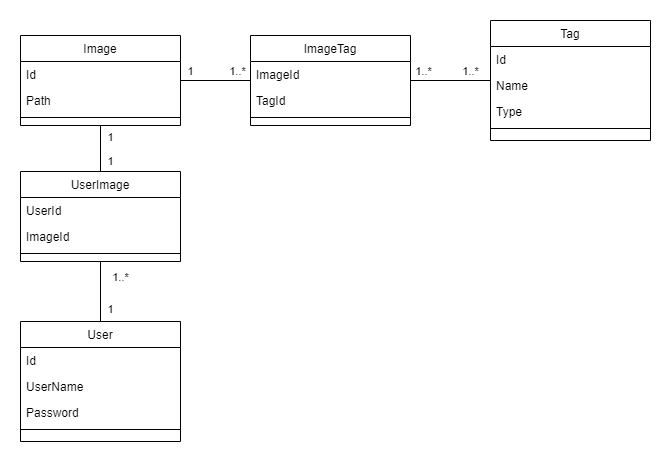
Earlier version of the draw.io export database/imageGalleryDiagram.drawio.png (Elias288/FullStack_imageGallery). Source tidied: cells renumbered, new cells last; positions are measured from the earlier drawing's top-left corner, leaving out a move shared by most shapes.
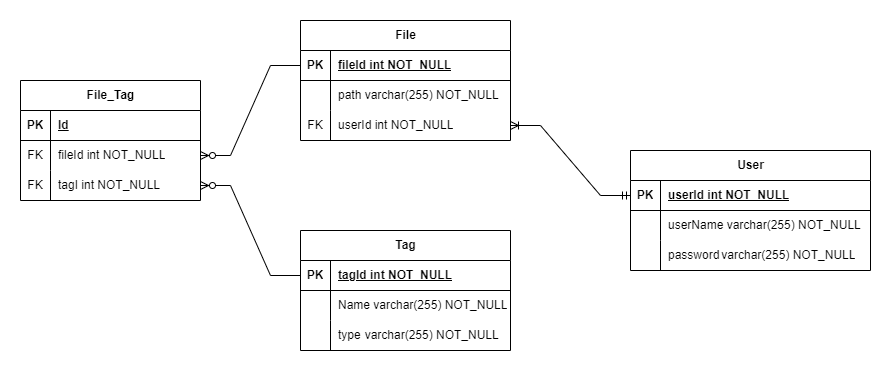
After the commit.

Commit message:
fix(Backend): UserId and relations diagram

The edit, as a diff of the source:
```diff
@@ -2,123 +2,134 @@
   <root>
     <mxCell id="0" />
     <mxCell id="1" parent="0" />
-    <mxCell id="2" value="Image" style="swimlane;fontStyle=0;align=center;verticalAlign=top;horizontal=1;startSize=26;rounded=0;shadow=0;strokeWidth=1;fillColor=default;fillStyle=solid;" parent="1" vertex="1">
-      <mxGeometry y="15" width="160" height="90" as="geometry" />
-    </mxCell>
-    <mxCell id="3" value="Id" style="text;align=left;verticalAlign=top;spacingLeft=4;spacingRight=4;overflow=hidden;" parent="2" vertex="1">
-      <mxGeometry y="26" width="160" height="26" as="geometry" />
-    </mxCell>
-    <mxCell id="4" value="Path" style="text;align=left;verticalAlign=top;spacingLeft=4;spacingRight=4;overflow=hidden;rounded=0;shadow=0;html=0;" parent="2" vertex="1">
-      <mxGeometry y="52" width="160" height="26" as="geometry" />
-    </mxCell>
-    <mxCell id="5" style="line;html=1;strokeWidth=1;align=left;verticalAlign=middle;spacingTop=-1;spacingLeft=3;spacingRight=3;labelPosition=right;" parent="2" vertex="1">
-      <mxGeometry y="78" width="160" height="8" as="geometry" />
-    </mxCell>
+    <mxCell id="36" value="File" style="shape=table;startSize=30;rowLines=0;fontStyle=1;align=center;html=1;" parent="1" vertex="1">
+      <mxGeometry x="290" y="-49" width="210" height="120" as="geometry" />
+    </mxCell>
+    <mxCell id="37" style="shape=tableRow;horizontal=0;startSize=0;swimlaneHead=0;swimlaneBody=0;fillColor=none;points=[[0,0.5],[1,0.5]];portConstraint=eastwest;top=0;left=0;right=0;bottom=1;" parent="36" vertex="1">
+      <mxGeometry y="30" width="210" height="30" as="geometry" />
+    </mxCell>
+    <mxCell id="38" value="PK" style="shape=partialRectangle;fillColor=none;top=0;left=0;bottom=0;right=0;fontStyle=1;overflow=hidden;whiteSpace=wrap;html=1;" parent="37" vertex="1">
+      <mxGeometry width="30" height="30" as="geometry" />
+    </mxCell>
+    <mxCell id="39" value="fileId int NOT_NULL" style="shape=partialRectangle;fillColor=none;top=0;left=0;bottom=0;right=0;align=left;spacingLeft=6;fontStyle=5;overflow=hidden;whiteSpace=wrap;html=1;" parent="37" vertex="1">
+      <mxGeometry x="30" width="180" height="30" as="geometry" />
+    </mxCell>
+    <mxCell id="40" style="shape=tableRow;horizontal=0;startSize=0;swimlaneHead=0;swimlaneBody=0;fillColor=none;top=0;left=0;right=0;bottom=0;" parent="36" vertex="1">
+      <mxGeometry y="60" width="210" height="30" as="geometry" />
+    </mxCell>
+    <mxCell id="41" style="shape=partialRectangle;fillColor=none;top=0;left=0;bottom=0;right=0;overflow=hidden;whiteSpace=wrap;html=1;" parent="40" vertex="1">
+      <mxGeometry width="30" height="30" as="geometry" />
+    </mxCell>
+    <mxCell id="42" value="path&lt;span style=&quot;white-space: pre;&quot;&gt;&#9;&lt;/span&gt;varchar(255) NOT_NULL" style="shape=partialRectangle;fillColor=none;top=0;left=0;bottom=0;right=0;align=left;spacingLeft=6;overflow=hidden;whiteSpace=wrap;html=1;" parent="40" vertex="1">
+      <mxGeometry x="30" width="180" height="30" as="geometry" />
+    </mxCell>
+    <mxCell id="43" style="shape=tableRow;horizontal=0;startSize=0;swimlaneHead=0;swimlaneBody=0;fillColor=none;points=[[0,0.5],[1,0.5]];portConstraint=eastwest;top=0;left=0;right=0;bottom=0;" parent="36" vertex="1">
+      <mxGeometry y="90" width="210" height="30" as="geometry" />
+    </mxCell>
+    <mxCell id="44" value="FK" style="shape=partialRectangle;fillColor=none;top=0;left=0;bottom=0;right=0;fontStyle=0;overflow=hidden;whiteSpace=wrap;html=1;" parent="43" vertex="1">
+      <mxGeometry width="30" height="30" as="geometry" />
+    </mxCell>
+    <mxCell id="45" value="userId int NOT_NULL" style="shape=partialRectangle;fillColor=none;top=0;left=0;bottom=0;right=0;align=left;spacingLeft=6;fontStyle=0;overflow=hidden;whiteSpace=wrap;html=1;" parent="43" vertex="1">
+      <mxGeometry x="30" width="180" height="30" as="geometry" />
+    </mxCell>
-    <mxCell id="6" value="User" style="swimlane;fontStyle=0;align=center;verticalAlign=top;horizontal=1;startSize=26;rounded=0;shadow=0;strokeWidth=1;" parent="1" vertex="1">
-      <mxGeometry y="301" width="160" height="120" as="geometry" />
+    <mxCell id="6" value="User" style="shape=table;startSize=30;rowLines=0;fontStyle=1;align=center;html=1;" parent="1" vertex="1">
+      <mxGeometry x="620" y="81" width="240" height="120" as="geometry" />
     </mxCell>
-    <mxCell id="7" value="Id" style="text;align=left;verticalAlign=top;spacingLeft=4;spacingRight=4;overflow=hidden;rounded=0;shadow=0;html=0;" parent="6" vertex="1">
-      <mxGeometry y="26" width="160" height="26" as="geometry" />
-    </mxCell>
-    <mxCell id="8" value="UserName" style="text;align=left;verticalAlign=top;spacingLeft=4;spacingRight=4;overflow=hidden;rounded=0;shadow=0;html=0;" parent="6" vertex="1">
-      <mxGeometry y="52" width="160" height="26" as="geometry" />
-    </mxCell>
-    <mxCell id="9" value="Password" style="text;align=left;verticalAlign=top;spacingLeft=4;spacingRight=4;overflow=hidden;fontStyle=0;" parent="6" vertex="1">
-      <mxGeometry y="78" width="160" height="26" as="geometry" />
-    </mxCell>
-    <mxCell id="10" style="line;html=1;strokeWidth=1;align=left;verticalAlign=middle;spacingTop=-1;spacingLeft=3;spacingRight=3;labelPosition=right;" parent="6" vertex="1">
-      <mxGeometry y="104" width="160" height="8" as="geometry" />
-    </mxCell>
+    <mxCell id="46" style="shape=tableRow;horizontal=0;startSize=0;swimlaneHead=0;swimlaneBody=0;fillColor=none;points=[[0,0.5],[1,0.5]];portConstraint=eastwest;top=0;left=0;right=0;bottom=1;" parent="6" vertex="1">
+      <mxGeometry y="30" width="240" height="30" as="geometry" />
+    </mxCell>
+    <mxCell id="47" value="PK" style="shape=partialRectangle;fillColor=none;top=0;left=0;bottom=0;right=0;fontStyle=1;overflow=hidden;whiteSpace=wrap;html=1;" parent="46" vertex="1">
+      <mxGeometry width="30" height="30" as="geometry" />
+    </mxCell>
+    <mxCell id="48" value="userId int NOT_NULL" style="shape=partialRectangle;fillColor=none;top=0;left=0;bottom=0;right=0;align=left;spacingLeft=6;fontStyle=5;overflow=hidden;whiteSpace=wrap;html=1;" parent="46" vertex="1">
+      <mxGeometry x="30" width="210" height="30" as="geometry" />
+    </mxCell>
+    <mxCell id="49" style="shape=tableRow;horizontal=0;startSize=0;swimlaneHead=0;swimlaneBody=0;fillColor=none;top=0;left=0;right=0;bottom=0;" parent="6" vertex="1">
+      <mxGeometry y="60" width="240" height="30" as="geometry" />
+    </mxCell>
+    <mxCell id="50" style="shape=partialRectangle;fillColor=none;top=0;left=0;bottom=0;right=0;overflow=hidden;whiteSpace=wrap;html=1;" parent="49" vertex="1">
+      <mxGeometry width="30" height="30" as="geometry" />
+    </mxCell>
+    <mxCell id="51" value="userName varchar(255) NOT_NULL" style="shape=partialRectangle;fillColor=none;top=0;left=0;bottom=0;right=0;align=left;spacingLeft=6;overflow=hidden;whiteSpace=wrap;html=1;" parent="49" vertex="1">
+      <mxGeometry x="30" width="210" height="30" as="geometry" />
+    </mxCell>
+    <mxCell id="52" style="shape=tableRow;horizontal=0;startSize=0;swimlaneHead=0;swimlaneBody=0;fillColor=none;top=0;left=0;right=0;bottom=0;" parent="6" vertex="1">
+      <mxGeometry y="90" width="240" height="30" as="geometry" />
+    </mxCell>
+    <mxCell id="53" style="shape=partialRectangle;fillColor=none;top=0;left=0;bottom=0;right=0;overflow=hidden;whiteSpace=wrap;html=1;" parent="52" vertex="1">
+      <mxGeometry width="30" height="30" as="geometry" />
+    </mxCell>
+    <mxCell id="54" value="password&lt;span style=&quot;white-space: pre;&quot;&gt;&#9;&lt;/span&gt;varchar(255) NOT_NULL" style="shape=partialRectangle;fillColor=none;top=0;left=0;bottom=0;right=0;align=left;spacingLeft=6;overflow=hidden;whiteSpace=wrap;html=1;" parent="52" vertex="1">
+      <mxGeometry x="30" width="210" height="30" as="geometry" />
+    </mxCell>
-    <mxCell id="11" value="Tag" style="swimlane;fontStyle=0;align=center;verticalAlign=top;horizontal=1;startSize=26;rounded=0;shadow=0;strokeWidth=1;" parent="1" vertex="1">
-      <mxGeometry x="470" width="160" height="120" as="geometry" />
+    <mxCell id="11" value="Tag" style="shape=table;startSize=30;rowLines=0;fontStyle=1;align=center;html=1;" parent="1" vertex="1">
+      <mxGeometry x="290" y="161" width="210" height="120" as="geometry" />
     </mxCell>
-    <mxCell id="12" value="Id" style="text;align=left;verticalAlign=top;spacingLeft=4;spacingRight=4;overflow=hidden;" parent="11" vertex="1">
-      <mxGeometry y="26" width="160" height="26" as="geometry" />
-    </mxCell>
-    <mxCell id="13" value="Name" style="text;align=left;verticalAlign=top;spacingLeft=4;spacingRight=4;overflow=hidden;rounded=0;shadow=0;html=0;" parent="11" vertex="1">
-      <mxGeometry y="52" width="160" height="26" as="geometry" />
-    </mxCell>
-    <mxCell id="14" value="Type" style="text;align=left;verticalAlign=top;spacingLeft=4;spacingRight=4;overflow=hidden;rounded=0;shadow=0;html=0;" parent="11" vertex="1">
-      <mxGeometry y="78" width="160" height="26" as="geometry" />
-    </mxCell>
-    <mxCell id="15" style="line;html=1;strokeWidth=1;align=left;verticalAlign=middle;spacingTop=-1;spacingLeft=3;spacingRight=3;labelPosition=right;" parent="11" vertex="1">
-      <mxGeometry y="104" width="160" height="8" as="geometry" />
-    </mxCell>
-    <mxCell id="16" value="ImageTag" style="swimlane;fontStyle=0;align=center;verticalAlign=top;horizontal=1;startSize=26;rounded=0;shadow=0;strokeWidth=1;" parent="1" vertex="1">
-      <mxGeometry x="230" y="15" width="160" height="90" as="geometry" />
-    </mxCell>
-    <mxCell id="17" value="ImageId" style="text;align=left;verticalAlign=top;spacingLeft=4;spacingRight=4;overflow=hidden;" parent="16" vertex="1">
-      <mxGeometry y="26" width="160" height="26" as="geometry" />
-    </mxCell>
-    <mxCell id="18" value="TagId" style="text;align=left;verticalAlign=top;spacingLeft=4;spacingRight=4;overflow=hidden;rounded=0;shadow=0;html=0;" parent="16" vertex="1">
-      <mxGeometry y="52" width="160" height="26" as="geometry" />
-    </mxCell>
-    <mxCell id="19" style="line;html=1;strokeWidth=1;align=left;verticalAlign=middle;spacingTop=-1;spacingLeft=3;spacingRight=3;labelPosition=right;" parent="16" vertex="1">
-      <mxGeometry y="78" width="160" height="8" as="geometry" />
-    </mxCell>
-    <mxCell id="20" style="edgeStyle=orthogonalEdgeStyle;rounded=0;jettySize=auto;html=1;endArrow=none;endFill=0;" parent="1" edge="1" source="11" target="16">
-      <mxGeometry relative="1" as="geometry" />
-    </mxCell>
-    <mxCell id="21" value="1..*" style="edgeLabel;html=1;align=center;verticalAlign=middle;" parent="20" vertex="1">
-      <mxGeometry x="0.68" y="-1" relative="1" as="geometry">
-        <mxPoint y="-8" as="offset" />
-      </mxGeometry>
-    </mxCell>
-    <mxCell id="22" value="1..*" style="edgeLabel;html=1;align=center;verticalAlign=middle;" parent="20" vertex="1">
-      <mxGeometry x="-0.5" y="-2" relative="1" as="geometry">
-        <mxPoint y="-7" as="offset" />
-      </mxGeometry>
-    </mxCell>
-    <mxCell id="23" style="edgeStyle=orthogonalEdgeStyle;rounded=0;jettySize=auto;html=1;endArrow=none;endFill=0;strokeColor=default;" parent="1" edge="1" source="2" target="16">
-      <mxGeometry relative="1" as="geometry" />
-    </mxCell>
-    <mxCell id="24" value="1" style="edgeLabel;html=1;align=center;verticalAlign=middle;" parent="23" vertex="1">
-      <mxGeometry x="-0.65" y="-1" relative="1" as="geometry">
-        <mxPoint x="-2" y="-10" as="offset" />
-      </mxGeometry>
-    </mxCell>
-    <mxCell id="25" value="1..*" style="edgeLabel;html=1;align=center;verticalAlign=middle;" parent="23" vertex="1">
-      <mxGeometry x="0.62" y="-1" relative="1" as="geometry">
-        <mxPoint y="-10" as="offset" />
-      </mxGeometry>
-    </mxCell>
-    <mxCell id="26" value="UserImage" style="swimlane;fontStyle=0;align=center;verticalAlign=top;horizontal=1;startSize=26;rounded=0;shadow=0;strokeWidth=1;" parent="1" vertex="1">
-      <mxGeometry y="151" width="160" height="90" as="geometry" />
-    </mxCell>
-    <mxCell id="27" value="UserId" style="text;align=left;verticalAlign=top;spacingLeft=4;spacingRight=4;overflow=hidden;rounded=0;shadow=0;html=0;" parent="26" vertex="1">
-      <mxGeometry y="26" width="160" height="26" as="geometry" />
-    </mxCell>
-    <mxCell id="28" value="ImageId" style="text;align=left;verticalAlign=top;spacingLeft=4;spacingRight=4;overflow=hidden;rounded=0;shadow=0;html=0;" parent="26" vertex="1">
-      <mxGeometry y="52" width="160" height="26" as="geometry" />
-    </mxCell>
-    <mxCell id="29" style="line;html=1;strokeWidth=1;align=left;verticalAlign=middle;spacingTop=-1;spacingLeft=3;spacingRight=3;labelPosition=right;" parent="26" vertex="1">
-      <mxGeometry y="78" width="160" height="8" as="geometry" />
-    </mxCell>
-    <mxCell id="30" style="edgeStyle=orthogonalEdgeStyle;rounded=0;jettySize=auto;html=1;endArrow=none;endFill=0;" parent="1" edge="1" source="26" target="6">
-      <mxGeometry relative="1" as="geometry" />
-    </mxCell>
-    <mxCell id="31" value="1..*" style="edgeLabel;html=1;align=center;verticalAlign=middle;" parent="30" vertex="1">
-      <mxGeometry x="-0.77" y="2" relative="1" as="geometry">
-        <mxPoint x="18" y="9" as="offset" />
-      </mxGeometry>
-    </mxCell>
-    <mxCell id="32" value="1" style="edgeLabel;html=1;align=center;verticalAlign=middle;" parent="30" vertex="1">
-      <mxGeometry x="0.85" y="1" relative="1" as="geometry">
-        <mxPoint x="9" y="-8" as="offset" />
-      </mxGeometry>
-    </mxCell>
-    <mxCell id="33" style="edgeStyle=orthogonalEdgeStyle;rounded=0;jettySize=auto;html=1;endArrow=none;endFill=0;" parent="1" edge="1" source="26" target="2">
-      <mxGeometry relative="1" as="geometry" />
-    </mxCell>
-    <mxCell id="34" value="1" style="edgeLabel;html=1;align=center;verticalAlign=middle;" parent="33" vertex="1">
-      <mxGeometry x="-0.68" y="4" relative="1" as="geometry">
-        <mxPoint x="14" y="-3" as="offset" />
-      </mxGeometry>
-    </mxCell>
-    <mxCell id="35" value="1" style="edgeLabel;html=1;align=center;verticalAlign=middle;" parent="33" vertex="1">
-      <mxGeometry x="0.87" y="2" relative="1" as="geometry">
-        <mxPoint x="12" y="9" as="offset" />
-      </mxGeometry>
-    </mxCell>
+    <mxCell id="55" style="shape=tableRow;horizontal=0;startSize=0;swimlaneHead=0;swimlaneBody=0;fillColor=none;points=[[0,0.5],[1,0.5]];portConstraint=eastwest;top=0;left=0;right=0;bottom=1;" parent="11" vertex="1">
+      <mxGeometry y="30" width="210" height="30" as="geometry" />
+    </mxCell>
+    <mxCell id="56" value="PK" style="shape=partialRectangle;fillColor=none;top=0;left=0;bottom=0;right=0;fontStyle=1;overflow=hidden;whiteSpace=wrap;html=1;" parent="55" vertex="1">
+      <mxGeometry width="30" height="30" as="geometry" />
+    </mxCell>
+    <mxCell id="57" value="tagId int NOT_NULL" style="shape=partialRectangle;fillColor=none;top=0;left=0;bottom=0;right=0;align=left;spacingLeft=6;fontStyle=5;overflow=hidden;whiteSpace=wrap;html=1;" parent="55" vertex="1">
+      <mxGeometry x="30" width="180" height="30" as="geometry" />
+    </mxCell>
+    <mxCell id="58" style="shape=tableRow;horizontal=0;startSize=0;swimlaneHead=0;swimlaneBody=0;fillColor=none;top=0;left=0;right=0;bottom=0;" parent="11" vertex="1">
+      <mxGeometry y="60" width="210" height="30" as="geometry" />
+    </mxCell>
+    <mxCell id="59" style="shape=partialRectangle;fillColor=none;top=0;left=0;bottom=0;right=0;overflow=hidden;whiteSpace=wrap;html=1;" parent="58" vertex="1">
+      <mxGeometry width="30" height="30" as="geometry" />
+    </mxCell>
+    <mxCell id="60" value="Name varchar(255) NOT_NULL" style="shape=partialRectangle;fillColor=none;top=0;left=0;bottom=0;right=0;align=left;spacingLeft=6;overflow=hidden;whiteSpace=wrap;html=1;" parent="58" vertex="1">
+      <mxGeometry x="30" width="180" height="30" as="geometry" />
+    </mxCell>
+    <mxCell id="61" style="shape=tableRow;horizontal=0;startSize=0;swimlaneHead=0;swimlaneBody=0;fillColor=none;top=0;left=0;right=0;bottom=0;" parent="11" vertex="1">
+      <mxGeometry y="90" width="210" height="30" as="geometry" />
+    </mxCell>
+    <mxCell id="62" style="shape=partialRectangle;fillColor=none;top=0;left=0;bottom=0;right=0;overflow=hidden;whiteSpace=wrap;html=1;" parent="61" vertex="1">
+      <mxGeometry width="30" height="30" as="geometry" />
+    </mxCell>
+    <mxCell id="63" value="type&lt;span style=&quot;white-space: pre;&quot;&gt;&#9;&lt;/span&gt;varchar(255) NOT_NULL" style="shape=partialRectangle;fillColor=none;top=0;left=0;bottom=0;right=0;align=left;spacingLeft=6;overflow=hidden;whiteSpace=wrap;html=1;" parent="61" vertex="1">
+      <mxGeometry x="30" width="180" height="30" as="geometry" />
+    </mxCell>
+    <mxCell id="64" style="edgeStyle=entityRelationEdgeStyle;fontSize=12;html=1;endArrow=ERoneToMany;rounded=0;startArrow=ERmandOne;startFill=0;" parent="1" edge="1" source="46" target="43">
+      <mxGeometry relative="1" as="geometry" />
+    </mxCell>
+    <mxCell id="65" value="File_Tag" style="shape=table;startSize=30;rowLines=0;fontStyle=1;align=center;html=1;" parent="1" vertex="1">
+      <mxGeometry x="10" y="11" width="180" height="120" as="geometry" />
+    </mxCell>
+    <mxCell id="66" style="shape=tableRow;horizontal=0;startSize=0;swimlaneHead=0;swimlaneBody=0;fillColor=none;top=0;left=0;right=0;bottom=1;" parent="65" vertex="1">
+      <mxGeometry y="30" width="180" height="30" as="geometry" />
+    </mxCell>
+    <mxCell id="67" value="PK" style="shape=partialRectangle;fillColor=none;top=0;left=0;bottom=0;right=0;fontStyle=1;overflow=hidden;whiteSpace=wrap;html=1;" parent="66" vertex="1">
+      <mxGeometry width="30" height="30" as="geometry" />
+    </mxCell>
+    <mxCell id="68" value="Id" style="shape=partialRectangle;fillColor=none;top=0;left=0;bottom=0;right=0;align=left;spacingLeft=6;fontStyle=5;overflow=hidden;whiteSpace=wrap;html=1;" parent="66" vertex="1">
+      <mxGeometry x="30" width="150" height="30" as="geometry" />
+    </mxCell>
+    <mxCell id="69" style="shape=tableRow;horizontal=0;startSize=0;swimlaneHead=0;swimlaneBody=0;fillColor=none;points=[[0,0.5],[1,0.5]];portConstraint=eastwest;top=0;left=0;right=0;bottom=0;" parent="65" vertex="1">
+      <mxGeometry y="60" width="180" height="30" as="geometry" />
+    </mxCell>
+    <mxCell id="70" value="FK" style="shape=partialRectangle;fillColor=none;top=0;left=0;bottom=0;right=0;fontStyle=0;overflow=hidden;whiteSpace=wrap;html=1;" parent="69" vertex="1">
+      <mxGeometry width="30" height="30" as="geometry" />
+    </mxCell>
+    <mxCell id="71" value="fileId int NOT_NULL" style="shape=partialRectangle;fillColor=none;top=0;left=0;bottom=0;right=0;align=left;spacingLeft=6;fontStyle=0;overflow=hidden;whiteSpace=wrap;html=1;" parent="69" vertex="1">
+      <mxGeometry x="30" width="150" height="30" as="geometry" />
+    </mxCell>
+    <mxCell id="72" style="shape=tableRow;horizontal=0;startSize=0;swimlaneHead=0;swimlaneBody=0;fillColor=none;points=[[0,0.5],[1,0.5]];portConstraint=eastwest;top=0;left=0;right=0;bottom=0;" parent="65" vertex="1">
+      <mxGeometry y="90" width="180" height="30" as="geometry" />
+    </mxCell>
+    <mxCell id="73" value="FK" style="shape=partialRectangle;fillColor=none;top=0;left=0;bottom=0;right=0;fontStyle=0;overflow=hidden;whiteSpace=wrap;html=1;" parent="72" vertex="1">
+      <mxGeometry width="30" height="30" as="geometry" />
+    </mxCell>
+    <mxCell id="74" value="tagI int NOT_NULL" style="shape=partialRectangle;fillColor=none;top=0;left=0;bottom=0;right=0;align=left;spacingLeft=6;fontStyle=0;overflow=hidden;whiteSpace=wrap;html=1;" parent="72" vertex="1">
+      <mxGeometry x="30" width="150" height="30" as="geometry" />
+    </mxCell>
+    <mxCell id="75" style="edgeStyle=entityRelationEdgeStyle;fontSize=12;html=1;endArrow=ERzeroToMany;endFill=1;rounded=0;" parent="1" edge="1" source="37" target="69">
+      <mxGeometry relative="1" as="geometry" />
+    </mxCell>
+    <mxCell id="76" style="edgeStyle=entityRelationEdgeStyle;fontSize=12;html=1;endArrow=ERzeroToMany;endFill=1;rounded=0;" parent="1" edge="1" source="55" target="72">
+      <mxGeometry relative="1" as="geometry" />
+    </mxCell>
   </root>
 </mxGraphModel>
```
